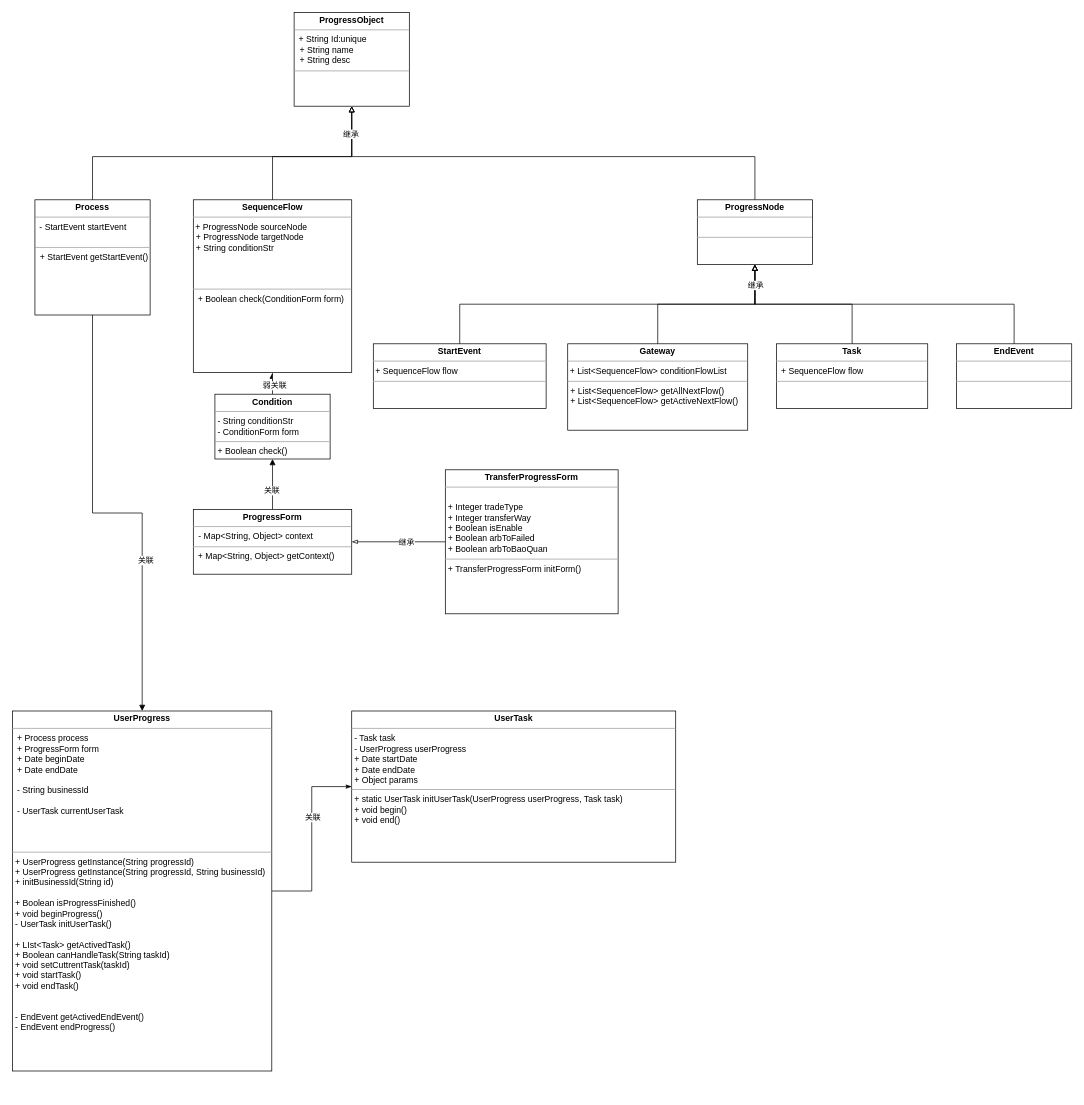
The draw.io diagram 20221110-优信拍售后过户流程设计.drawio in specialnote/diagrams, before the edit. Source tidied: cells renumbered, new cells numbered last; positions are measured from the earlier drawing's top-left corner, leaving out a move shared by most shapes. Both pictures are drawn from the tidied source at 72%, with x=0, y=0 at pixel (12, 12).
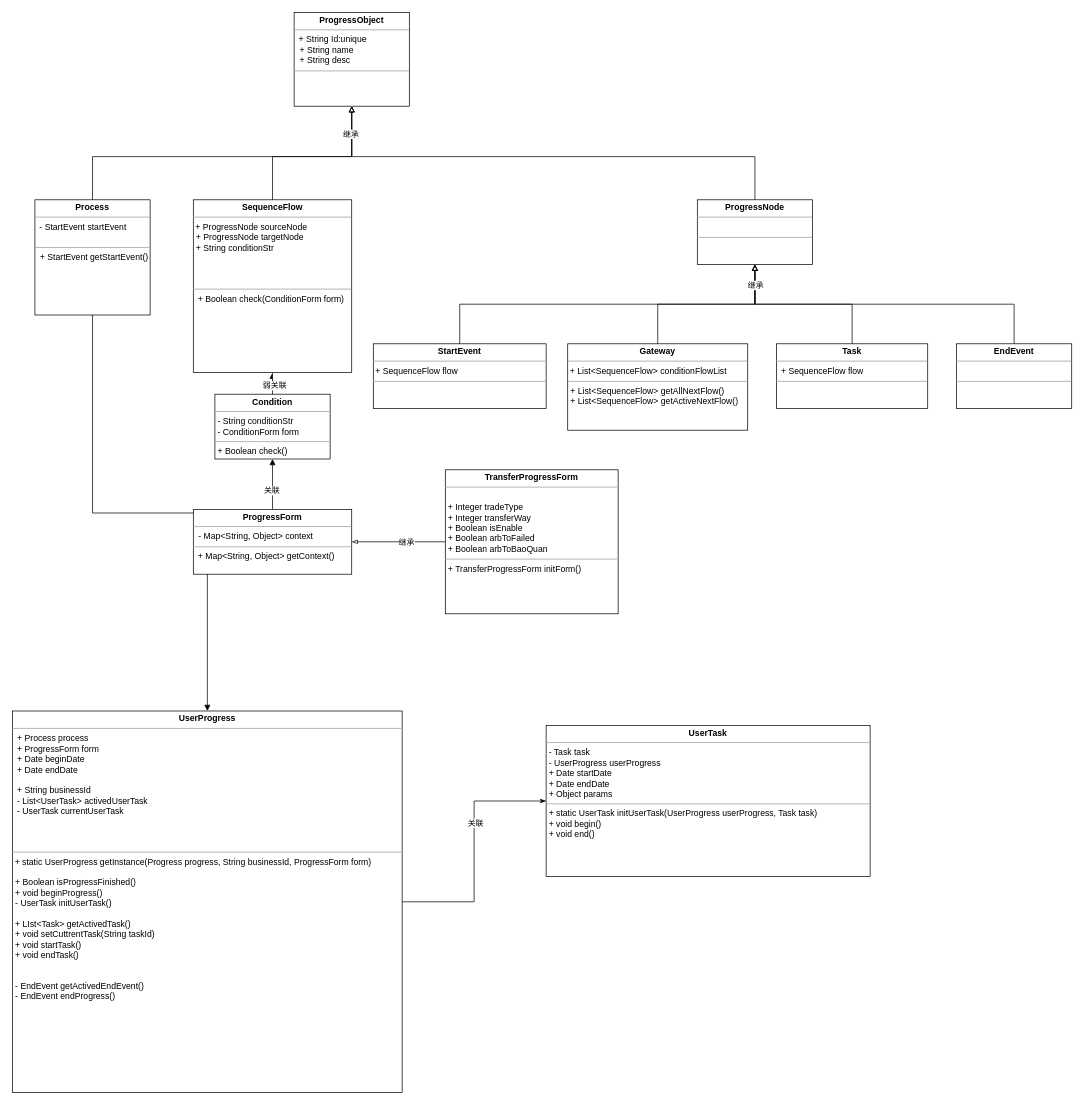
The same diagram, later.

Commit message:
Update 20221110-优信拍售后过户流程设计.drawio

What changed in the source:
```diff
@@
     <mxCell id="10" value="&lt;p style=&quot;margin:0px;margin-top:4px;text-align:center;&quot;&gt;&lt;b&gt;UserTask&lt;/b&gt;&lt;br&gt;&lt;/p&gt;&lt;hr size=&quot;1&quot;&gt;&lt;p style=&quot;margin:0px;margin-left:4px;&quot;&gt;- Task task&lt;/p&gt;&lt;p style=&quot;margin:0px;margin-left:4px;&quot;&gt;- UserProgress userProgress&lt;br&gt;+ Date startDate&lt;br&gt;+ Date endDate&lt;br&gt;+ Object params&lt;br&gt;&lt;/p&gt;&lt;hr size=&quot;1&quot;&gt;&lt;p style=&quot;margin:0px;margin-left:4px;&quot;&gt;+ static UserTask initUserTask(UserProgress userProgress, Task task)&lt;br&gt;+ void begin()&lt;br&gt;+ void end()&lt;/p&gt;" style="verticalAlign=top;align=left;overflow=fill;fontSize=12;fontFamily=Helvetica;html=1;" parent="1" vertex="1">
-      <mxGeometry x="471" y="970" width="450" height="210" as="geometry" />
+      <mxGeometry x="741" y="990" width="450" height="210" as="geometry" />
     </mxCell>
@@
-    <mxCell id="24" value="&lt;p style=&quot;margin:0px;margin-top:4px;text-align:center;&quot;&gt;&lt;b&gt;UserProgress&lt;/b&gt;&lt;/p&gt;&lt;hr size=&quot;1&quot;&gt;&lt;div&gt;&amp;nbsp; + Process process&lt;br&gt;&amp;nbsp; + ProgressForm form&lt;br&gt;&amp;nbsp; + Date beginDate&lt;br&gt;&amp;nbsp; + Date endDate&lt;/div&gt;&lt;div&gt;&lt;br&gt;&lt;/div&gt;&lt;div&gt;&amp;nbsp; - String businessId&lt;/div&gt;&lt;div&gt;&amp;nbsp; &lt;br&gt;&lt;/div&gt;&lt;div&gt;&amp;nbsp; - UserTask currentUserTask&lt;/div&gt;&lt;div&gt;&amp;nbsp; &lt;br&gt;&lt;/div&gt;&lt;div&gt;&amp;nbsp; &lt;br&gt;&lt;/div&gt;&lt;p style=&quot;margin:0px;margin-left:8px;&quot;&gt;&lt;br&gt;&lt;/p&gt;&lt;hr size=&quot;1&quot;&gt;&lt;p style=&quot;margin:0px;margin-left:4px;&quot;&gt;+ UserProgress getInstance(String progressId)&lt;/p&gt;&lt;p style=&quot;margin:0px;margin-left:4px;&quot;&gt;+ UserProgress getInstance(String progressId, String businessId)&lt;/p&gt;&lt;p style=&quot;margin:0px;margin-left:4px;&quot;&gt;+ initBusinessId(String id)&lt;/p&gt;&lt;p style=&quot;margin:0px;margin-left:4px;&quot;&gt;&lt;br&gt;&lt;/p&gt;&lt;p style=&quot;margin:0px;margin-left:4px;&quot;&gt;+ Boolean isProgressFinished()&lt;br&gt;&lt;/p&gt;&lt;p style=&quot;margin:0px;margin-left:4px;&quot;&gt; + void beginProgress()&lt;/p&gt;&lt;p style=&quot;margin:0px;margin-left:4px;&quot;&gt;- UserTask initUserTask()&lt;/p&gt;&lt;p style=&quot;margin:0px;margin-left:4px;&quot;&gt;&lt;br&gt;&lt;/p&gt;&lt;p style=&quot;margin:0px;margin-left:4px;&quot;&gt;+ LIst&amp;lt;Task&amp;gt; getActivedTask()&lt;/p&gt;&lt;p style=&quot;margin:0px;margin-left:4px;&quot;&gt;+ Boolean canHandleTask(String taskId)&lt;br&gt;+ void setCuttrentTask(taskId)&lt;br&gt;&lt;/p&gt;&lt;p style=&quot;margin:0px;margin-left:4px;&quot;&gt;&lt;/p&gt;&lt;p style=&quot;margin:0px;margin-left:4px;&quot;&gt;+ void startTask()&lt;/p&gt;&lt;p style=&quot;margin:0px;margin-left:4px;&quot;&gt;+ void endTask()&lt;/p&gt;&lt;p style=&quot;margin:0px;margin-left:4px;&quot;&gt;&lt;br&gt;&lt;/p&gt;&lt;p style=&quot;margin:0px;margin-left:4px;&quot;&gt;&lt;br&gt;&lt;/p&gt;&lt;p style=&quot;margin:0px;margin-left:4px;&quot;&gt;- EndEvent getActivedEndEvent()&lt;/p&gt;&lt;p style=&quot;margin:0px;margin-left:4px;&quot;&gt;- EndEvent endProgress()&lt;/p&gt;" style="verticalAlign=top;align=left;overflow=fill;fontSize=12;fontFamily=Helvetica;html=1;" parent="1" vertex="1">
-      <mxGeometry y="970" width="360" height="500" as="geometry" />
+    <mxCell id="24" value="&lt;p style=&quot;margin:0px;margin-top:4px;text-align:center;&quot;&gt;&lt;b&gt;UserProgress&lt;/b&gt;&lt;/p&gt;&lt;hr size=&quot;1&quot;&gt;&lt;div&gt;&amp;nbsp; + Process process&lt;br&gt;&amp;nbsp; + ProgressForm form&lt;br&gt;&amp;nbsp; + Date beginDate&lt;br&gt;&amp;nbsp; + Date endDate&lt;/div&gt;&lt;div&gt;&lt;br&gt;&lt;/div&gt;&lt;div&gt;&amp;nbsp; + String businessId&lt;/div&gt;&lt;div&gt;&amp;nbsp; - List&amp;lt;UserTask&amp;gt; activedUserTask&lt;br&gt;&lt;/div&gt;&lt;div&gt;&amp;nbsp; - UserTask currentUserTask&lt;/div&gt;&lt;div&gt;&amp;nbsp; &lt;br&gt;&lt;/div&gt;&lt;div&gt;&amp;nbsp; &lt;br&gt;&lt;/div&gt;&lt;p style=&quot;margin:0px;margin-left:8px;&quot;&gt;&lt;br&gt;&lt;/p&gt;&lt;hr size=&quot;1&quot;&gt;&amp;nbsp;+ static UserProgress getInstance(Progress progress, String businessId,  ProgressForm form)&lt;p style=&quot;margin:0px;margin-left:4px;&quot;&gt;&lt;br&gt;&lt;/p&gt;&lt;p style=&quot;margin:0px;margin-left:4px;&quot;&gt;+ Boolean isProgressFinished()&lt;br&gt;&lt;/p&gt;&lt;p style=&quot;margin:0px;margin-left:4px;&quot;&gt; + void beginProgress()&lt;/p&gt;&lt;p style=&quot;margin:0px;margin-left:4px;&quot;&gt;- UserTask initUserTask()&lt;/p&gt;&lt;p style=&quot;margin:0px;margin-left:4px;&quot;&gt;&lt;br&gt;&lt;/p&gt;&lt;p style=&quot;margin:0px;margin-left:4px;&quot;&gt;+ LIst&amp;lt;Task&amp;gt; getActivedTask()&lt;br&gt;+ void setCuttrentTask(String taskId)&lt;br&gt;&lt;/p&gt;&lt;p style=&quot;margin:0px;margin-left:4px;&quot;&gt;&lt;/p&gt;&lt;p style=&quot;margin:0px;margin-left:4px;&quot;&gt;+ void startTask()&lt;/p&gt;&lt;p style=&quot;margin:0px;margin-left:4px;&quot;&gt;+ void endTask()&lt;/p&gt;&lt;p style=&quot;margin:0px;margin-left:4px;&quot;&gt;&lt;br&gt;&lt;/p&gt;&lt;p style=&quot;margin:0px;margin-left:4px;&quot;&gt;&lt;br&gt;&lt;/p&gt;&lt;p style=&quot;margin:0px;margin-left:4px;&quot;&gt;- EndEvent getActivedEndEvent()&lt;/p&gt;&lt;p style=&quot;margin:0px;margin-left:4px;&quot;&gt;- EndEvent endProgress()&lt;/p&gt;" style="verticalAlign=top;align=left;overflow=fill;fontSize=12;fontFamily=Helvetica;html=1;" parent="1" vertex="1">
+      <mxGeometry y="970" width="541" height="530" as="geometry" />
     </mxCell>
```
